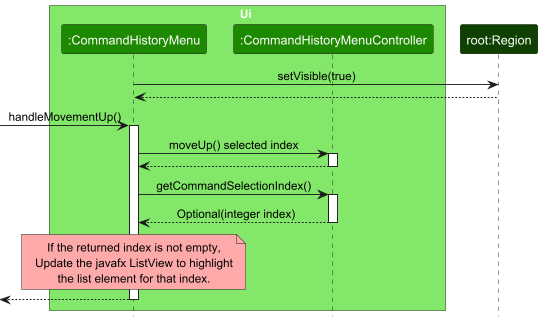
This is docs/images/CommandHistorySequenceDiagram.png from carineang/tp, a PlantUML export, as it was before one commit.
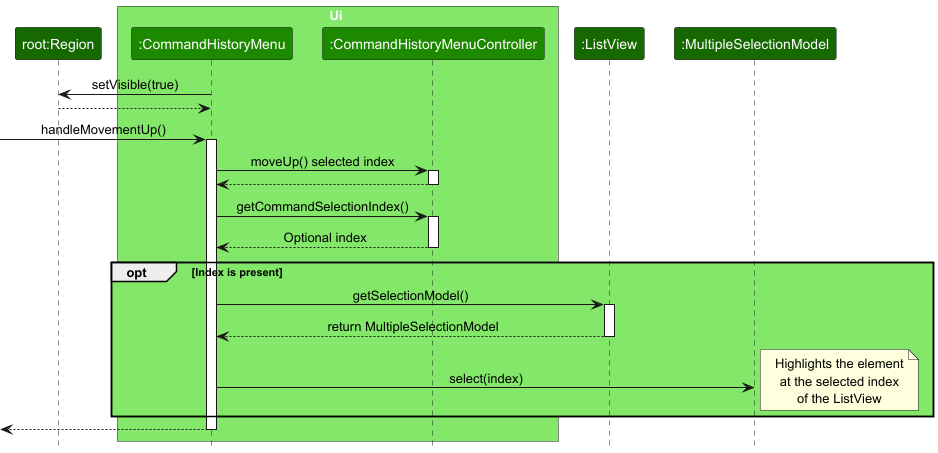
After the change.

Commit message:
Update delete and command history seq diagrams

What changed in the source:
```diff
@@ -1,12 +1,18 @@
 @startuml
 !include style.puml
 skinparam ArrowFontStyle plain
+
+
+
+participant "root:Region" as Region UI_COLOR_T3
 
 box Ui UI_COLOR_T1
 participant ":CommandHistoryMenu" as CommandHistoryMenu UI_COLOR
 participant ":CommandHistoryMenuController" as CommandHistoryMenuController UI_COLOR
 end box
-participant "root:Region" as Region UI_COLOR_T4
+
+participant ":ListView" as ListView UI_COLOR_T3
+participant ":MultipleSelectionModel" as MultipleSelectionModel UI_COLOR_T3
 
 CommandHistoryMenu -> Region : setVisible(true)
 Region --> CommandHistoryMenu
@@ -23,14 +29,23 @@
 CommandHistoryMenu -> CommandHistoryMenuController : getCommandSelectionIndex()
 activate CommandHistoryMenuController
 
-CommandHistoryMenuController --> CommandHistoryMenu : Optional(integer index)
+CommandHistoryMenuController --> CommandHistoryMenu : Optional index
 deactivate CommandHistoryMenuController
 
-note over CommandHistoryMenu #FFAAAA
-    If the returned index is not empty,
-    Update the javafx ListView to highlight
-    the list element for that index.
-    end note
+opt UI_COLOR_T1 Index is present
+  CommandHistoryMenu -> ListView : getSelectionModel()
+  activate ListView
+
+  ListView --> CommandHistoryMenu : return MultipleSelectionModel
+  deactivate ListView
+
+  CommandHistoryMenu -> MultipleSelectionModel : select(index)
+  note right
+  Highlights the element
+  at the selected index
+  of the ListView
+  end note
+end
 
 [<-- CommandHistoryMenu
 deactivate CommandHistoryMenu
```
